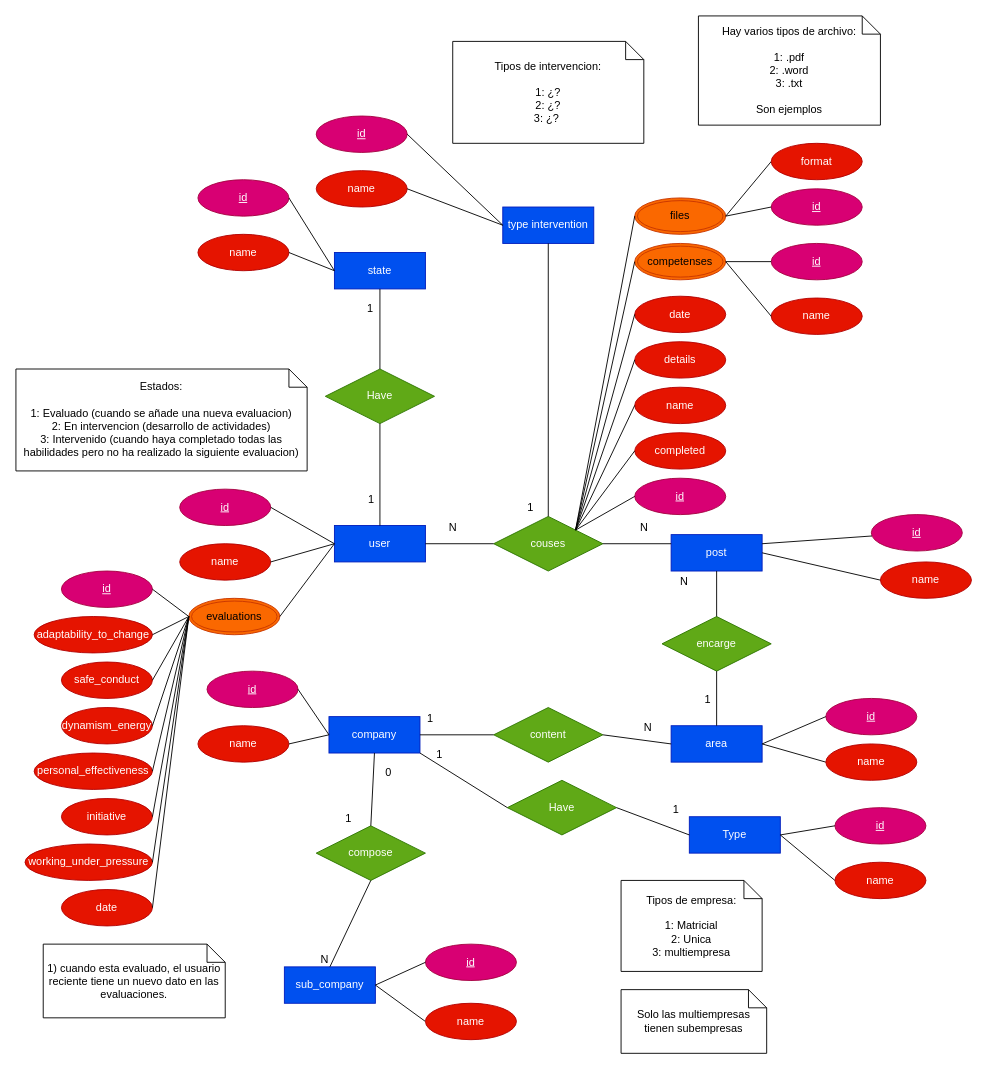
LosTraicionados/LosTraicionados-Backend keeps this draw.io diagram as theory/Base de datos.drawio. Above is the earlier version. Source tidied: cells renumbered, new cells numbered last; positions are measured from the earlier drawing's top-left corner, leaving out a move shared by most shapes. Both pictures are drawn from the tidied source at 91%, with x=0, y=0 at pixel (15, 15).
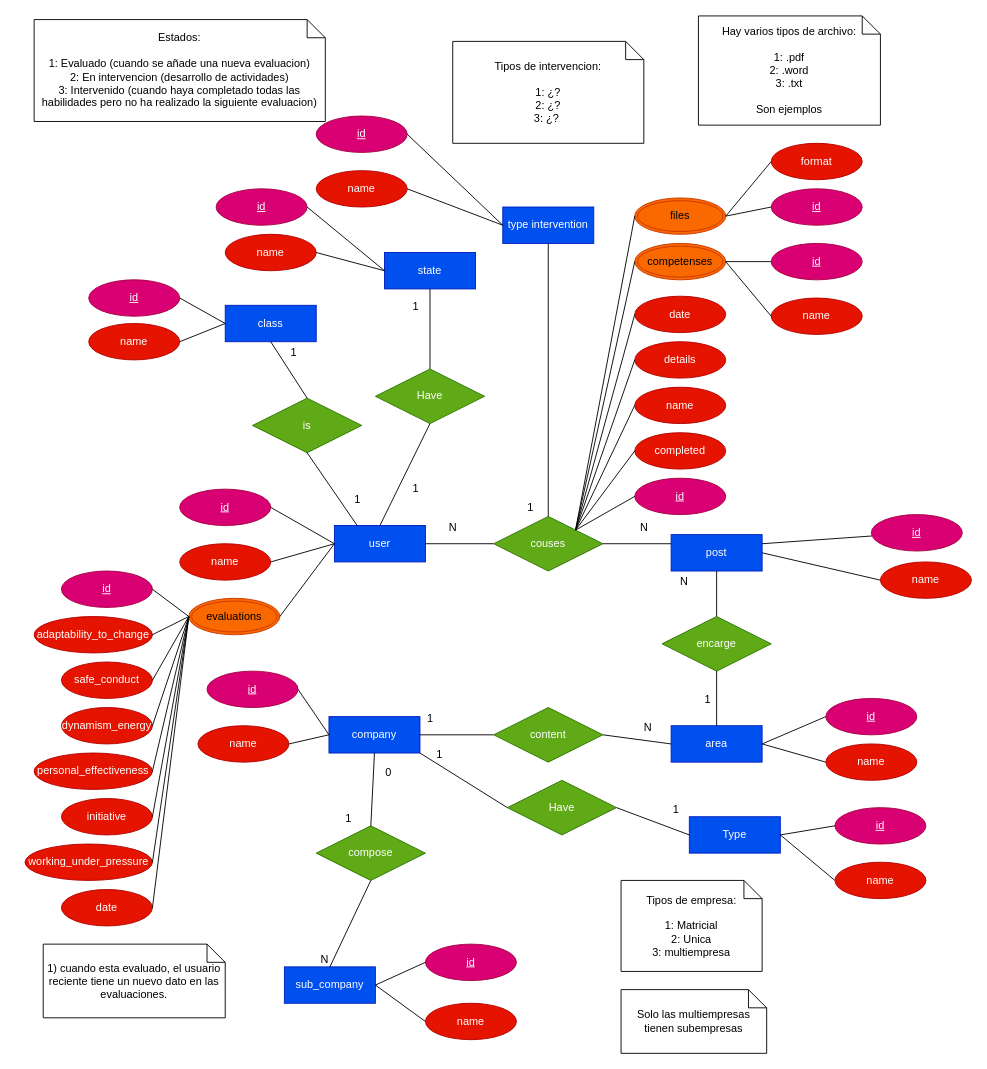
Above is the later version.

The change refers to these unchanged cells:
```xml
<mxCell id="2" value="user" style="whiteSpace=wrap;html=1;align=center;fillColor=#0050ef;fontColor=#ffffff;strokeColor=#001DBC;" parent="1" vertex="1">
  <mxGeometry x="350" y="560" width="100" height="40" as="geometry" />
</mxCell>
```

Change to the diagram source:
```diff
@@
     <mxCell id="74" value="Estados:&lt;div&gt;&lt;br&gt;&lt;/div&gt;&lt;div&gt;1: Evaluado (cuando se añade una nueva evaluacion)&lt;/div&gt;&lt;div&gt;2: En intervencion (desarrollo de actividades)&lt;/div&gt;&lt;div&gt;3: Intervenido (cuando haya completado todas las habilidades pero no ha realizado la siguiente evaluacion)&lt;/div&gt;" style="shape=note;size=20;whiteSpace=wrap;html=1;" parent="1" vertex="1">
-      <mxGeometry y="388" width="320" height="112" as="geometry" />
+      <mxGeometry x="20" y="4" width="320" height="112" as="geometry" />
     </mxCell>
     <mxCell id="75" value="state" style="whiteSpace=wrap;html=1;align=center;fillColor=#0050ef;fontColor=#ffffff;strokeColor=#001DBC;" parent="1" vertex="1">
-      <mxGeometry x="350" y="260" width="100" height="40" as="geometry" />
+      <mxGeometry x="405" y="260" width="100" height="40" as="geometry" />
     </mxCell>
     <mxCell id="76" value="Have" style="shape=rhombus;perimeter=rhombusPerimeter;whiteSpace=wrap;html=1;align=center;fillColor=#60a917;fontColor=#ffffff;strokeColor=#2D7600;" parent="1" vertex="1">
-      <mxGeometry x="340" y="388" width="120" height="60" as="geometry" />
+      <mxGeometry x="395" y="388" width="120" height="60" as="geometry" />
     </mxCell>
@@
     <mxCell id="79" value="1" style="html=1;whiteSpace=wrap;align=right;verticalAlign=bottom;" parent="1" vertex="1">
-      <mxGeometry x="394" y="330" as="geometry" />
+      <mxGeometry x="444" y="328" as="geometry" />
     </mxCell>
     <mxCell id="80" value="1" style="html=1;whiteSpace=wrap;align=right;verticalAlign=bottom;" parent="1" vertex="1">
-      <mxGeometry x="395" y="540" as="geometry" />
+      <mxGeometry x="444" y="528" as="geometry" />
     </mxCell>
     <mxCell id="81" value="id" style="ellipse;whiteSpace=wrap;html=1;align=center;fontStyle=4;fillColor=#d80073;fontColor=#ffffff;strokeColor=#A50040;" parent="1" vertex="1">
-      <mxGeometry x="200" y="180" width="100" height="40" as="geometry" />
+      <mxGeometry x="220" y="190" width="100" height="40" as="geometry" />
     </mxCell>
     <mxCell id="82" value="name" style="ellipse;whiteSpace=wrap;html=1;align=center;fillColor=#e51400;fontColor=#ffffff;strokeColor=#B20000;fontStyle=0;" parent="1" vertex="1">
-      <mxGeometry x="200" y="240" width="100" height="40" as="geometry" />
+      <mxGeometry x="230" y="240" width="100" height="40" as="geometry" />
     </mxCell>
@@
+    <mxCell id="121" value="class" style="whiteSpace=wrap;html=1;align=center;fillColor=#0050ef;fontColor=#ffffff;strokeColor=#001DBC;" parent="1" vertex="1">
+      <mxGeometry x="230" y="318" width="100" height="40" as="geometry" />
+    </mxCell>
+    <mxCell id="122" value="is" style="shape=rhombus;perimeter=rhombusPerimeter;whiteSpace=wrap;html=1;align=center;fillColor=#60a917;fontColor=#ffffff;strokeColor=#2D7600;" parent="1" vertex="1">
+      <mxGeometry x="260" y="420" width="120" height="60" as="geometry" />
+    </mxCell>
+    <mxCell id="123" style="endArrow=none;html=1;rounded=0;entryX=0.25;entryY=0;entryDx=0;entryDy=0;exitX=0.5;exitY=1;exitDx=0;exitDy=0;" parent="1" edge="1" source="122" target="2">
+      <mxGeometry relative="1" as="geometry" />
+    </mxCell>
+    <mxCell id="124" style="endArrow=none;html=1;rounded=0;entryX=0.5;entryY=1;entryDx=0;entryDy=0;exitX=0.5;exitY=0;exitDx=0;exitDy=0;" parent="1" edge="1" source="122" target="121">
+      <mxGeometry relative="1" as="geometry" />
+    </mxCell>
+    <mxCell id="125" value="1" style="html=1;whiteSpace=wrap;align=right;verticalAlign=bottom;" parent="1" vertex="1">
+      <mxGeometry x="380" y="540" as="geometry" />
+    </mxCell>
+    <mxCell id="126" value="1" style="html=1;whiteSpace=wrap;align=right;verticalAlign=bottom;" parent="1" vertex="1">
+      <mxGeometry x="310" y="378" as="geometry" />
+    </mxCell>
+    <mxCell id="127" value="id" style="ellipse;whiteSpace=wrap;html=1;align=center;fontStyle=4;fillColor=#d80073;fontColor=#ffffff;strokeColor=#A50040;" parent="1" vertex="1">
+      <mxGeometry x="80" y="290" width="100" height="40" as="geometry" />
+    </mxCell>
+    <mxCell id="128" value="name" style="ellipse;whiteSpace=wrap;html=1;align=center;fillColor=#e51400;fontColor=#ffffff;strokeColor=#B20000;fontStyle=0;" parent="1" vertex="1">
+      <mxGeometry x="80" y="338" width="100" height="40" as="geometry" />
+    </mxCell>
+    <mxCell id="129" style="endArrow=none;html=1;rounded=0;exitX=0;exitY=0.5;exitDx=0;exitDy=0;entryX=1;entryY=0.5;entryDx=0;entryDy=0;" parent="1" edge="1" source="121" target="128">
+      <mxGeometry relative="1" as="geometry" />
+    </mxCell>
+    <mxCell id="130" style="endArrow=none;html=1;rounded=0;entryX=1;entryY=0.5;entryDx=0;entryDy=0;exitX=0;exitY=0.5;exitDx=0;exitDy=0;" parent="1" edge="1" source="121" target="127">
+      <mxGeometry relative="1" as="geometry" />
+    </mxCell>
```
